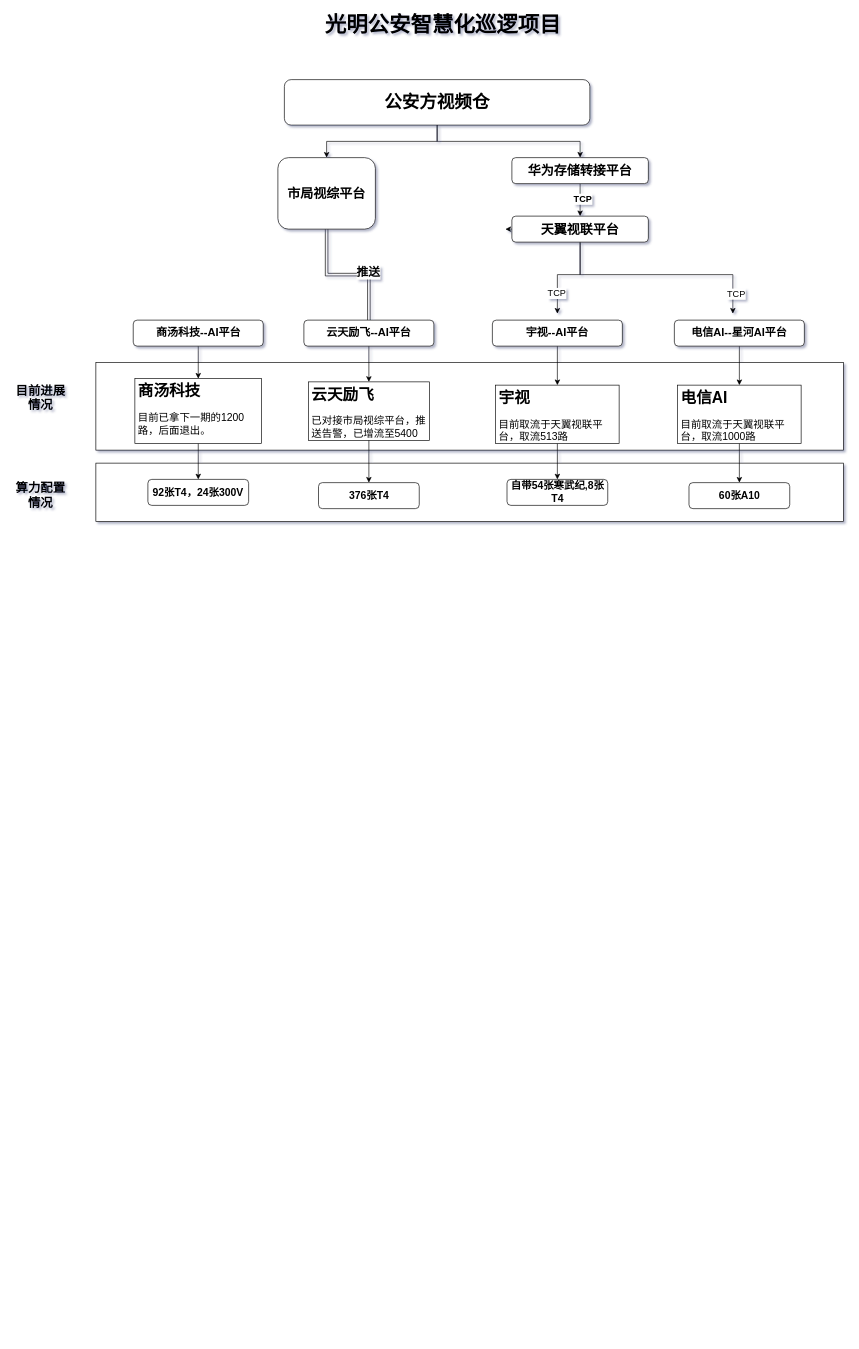
Earlier version of the draw.io diagram 智慧化巡逻.drawio (zhzhaoze/IFT420-Cloud-diagram). Source tidied: cells renumbered, new cells numbered last; positions are measured from the earlier drawing's top-left corner, leaving out a move shared by most shapes. Both pictures are drawn from the tidied source at 65%, with x=0, y=0 at pixel (11, 14).
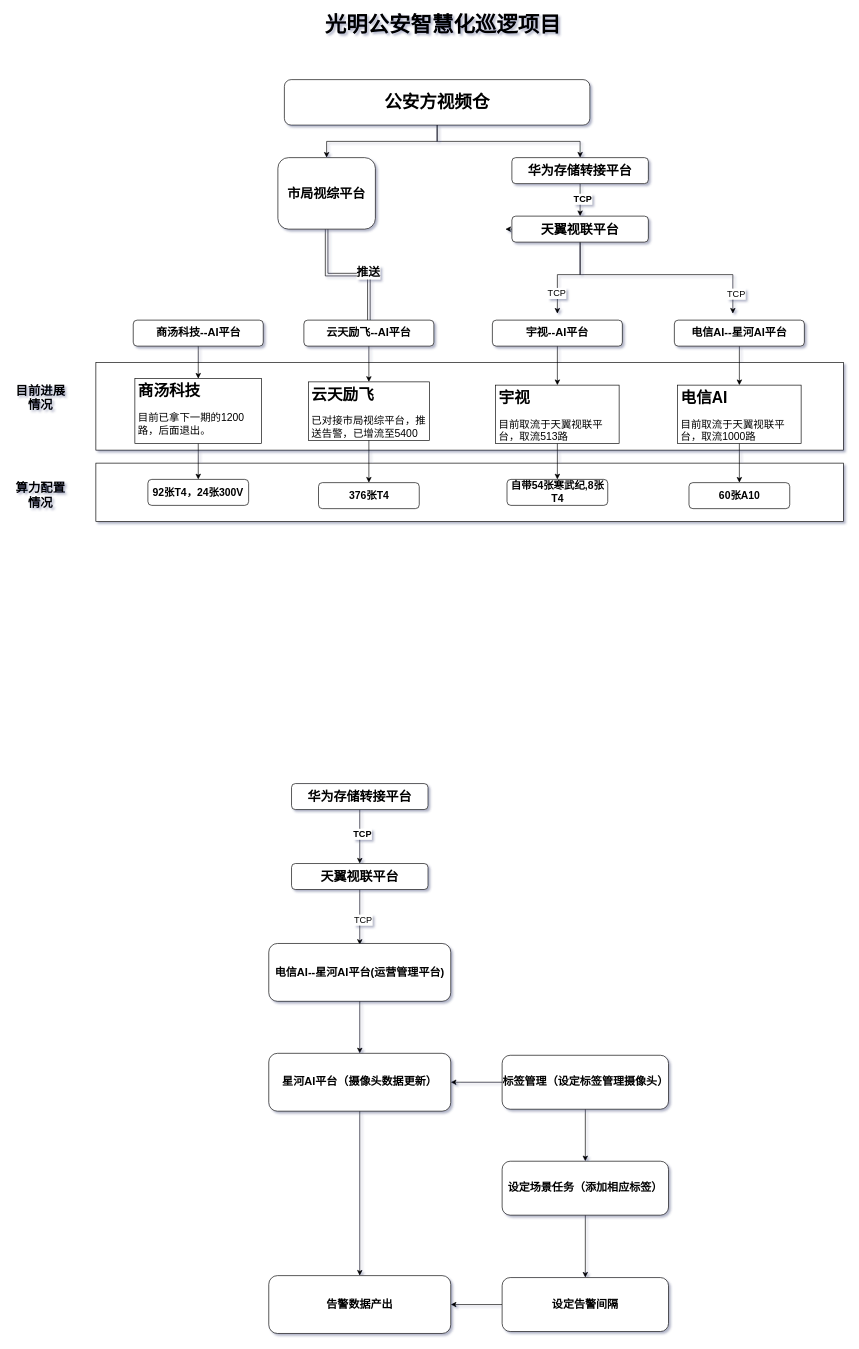
After the change.

Commit message:
智慧化巡逻.drawio

The edit, as a diff of the source:
```diff
@@
+    <mxCell id="42" style="edgeStyle=orthogonalEdgeStyle;rounded=0;jettySize=auto;html=1;" parent="1" edge="1" source="44" target="47">
+      <mxGeometry relative="1" as="geometry" />
+    </mxCell>
+    <mxCell id="43" value="&lt;b&gt;&lt;font style=&quot;font-size: 14px;&quot;&gt;TCP&lt;/font&gt;&lt;/b&gt;" style="edgeLabel;html=1;align=center;verticalAlign=middle;" parent="42" vertex="1">
+      <mxGeometry x="-0.1" y="3" relative="1" as="geometry" />
+    </mxCell>
+    <mxCell id="44" value="&lt;b&gt;&lt;font style=&quot;font-size: 20px;&quot;&gt;华为存储转接平台&lt;/font&gt;&lt;/b&gt;" style="rounded=1;whiteSpace=wrap;html=1;" parent="1" vertex="1">
+      <mxGeometry x="431" y="1183" width="210" height="40" as="geometry" />
+    </mxCell>
+    <mxCell id="45" style="edgeStyle=orthogonalEdgeStyle;rounded=0;jettySize=auto;html=1;" parent="1" edge="1" source="47">
+      <mxGeometry relative="1" as="geometry">
+        <mxPoint x="536" y="1431" as="targetPoint" />
+        <Array as="points">
+          <mxPoint x="536" y="1423" />
+        </Array>
+      </mxGeometry>
+    </mxCell>
+    <mxCell id="46" value="&lt;font style=&quot;font-size: 14px;&quot;&gt;TCP&lt;/font&gt;" style="edgeLabel;html=1;align=center;verticalAlign=middle;" parent="45" vertex="1">
+      <mxGeometry x="0.82" y="4" relative="1" as="geometry">
+        <mxPoint y="-31" as="offset" />
+      </mxGeometry>
+    </mxCell>
+    <mxCell id="47" value="&lt;b&gt;&lt;font style=&quot;font-size: 20px;&quot;&gt;天翼视联平台&lt;/font&gt;&lt;/b&gt;" style="rounded=1;whiteSpace=wrap;html=1;" parent="1" vertex="1">
+      <mxGeometry x="431" y="1306" width="210" height="40" as="geometry" />
+    </mxCell>
+    <mxCell id="48" style="edgeStyle=orthogonalEdgeStyle;rounded=0;jettySize=auto;html=1;" parent="1" edge="1" source="49" target="51">
+      <mxGeometry relative="1" as="geometry" />
+    </mxCell>
+    <mxCell id="49" value="&lt;b&gt;&lt;font style=&quot;font-size: 17px;&quot;&gt;电信AI--星河AI平台(运营管理平台)&lt;/font&gt;&lt;/b&gt;" style="rounded=1;whiteSpace=wrap;html=1;" parent="1" vertex="1">
+      <mxGeometry x="396" y="1429" width="280" height="89" as="geometry" />
+    </mxCell>
+    <mxCell id="50" style="edgeStyle=orthogonalEdgeStyle;rounded=0;jettySize=auto;html=1;" parent="1" edge="1" source="51" target="59">
+      <mxGeometry relative="1" as="geometry" />
+    </mxCell>
+    <mxCell id="51" value="&lt;span style=&quot;font-size: 17px;&quot;&gt;&lt;b&gt;星河AI平台（摄像头数据更新）&lt;/b&gt;&lt;/span&gt;" style="rounded=1;whiteSpace=wrap;html=1;" parent="1" vertex="1">
+      <mxGeometry x="396" y="1598" width="280" height="89" as="geometry" />
+    </mxCell>
+    <mxCell id="52" style="edgeStyle=orthogonalEdgeStyle;rounded=0;jettySize=auto;html=1;" parent="1" edge="1" source="54" target="51">
+      <mxGeometry relative="1" as="geometry" />
+    </mxCell>
+    <mxCell id="53" style="edgeStyle=orthogonalEdgeStyle;rounded=0;jettySize=auto;html=1;" parent="1" edge="1" source="54" target="56">
+      <mxGeometry relative="1" as="geometry" />
+    </mxCell>
+    <mxCell id="54" value="&lt;span style=&quot;font-size: 17px;&quot;&gt;&lt;b&gt;标签管理（设定标签管理摄像头）&lt;/b&gt;&lt;/span&gt;" style="rounded=1;whiteSpace=wrap;html=1;" parent="1" vertex="1">
+      <mxGeometry x="755" y="1601" width="256" height="83" as="geometry" />
+    </mxCell>
+    <mxCell id="55" style="edgeStyle=orthogonalEdgeStyle;rounded=0;jettySize=auto;html=1;" parent="1" edge="1" source="56" target="58">
+      <mxGeometry relative="1" as="geometry" />
+    </mxCell>
+    <mxCell id="56" value="&lt;span style=&quot;font-size: 17px;&quot;&gt;&lt;b&gt;设定场景任务（添加相应标签）&lt;/b&gt;&lt;/span&gt;" style="rounded=1;whiteSpace=wrap;html=1;" parent="1" vertex="1">
+      <mxGeometry x="755" y="1764" width="256" height="83" as="geometry" />
+    </mxCell>
+    <mxCell id="57" style="edgeStyle=orthogonalEdgeStyle;rounded=0;jettySize=auto;html=1;" parent="1" edge="1" source="58" target="59">
+      <mxGeometry relative="1" as="geometry" />
+    </mxCell>
+    <mxCell id="58" value="&lt;span style=&quot;font-size: 17px;&quot;&gt;&lt;b&gt;设定告警间隔&lt;/b&gt;&lt;/span&gt;" style="rounded=1;whiteSpace=wrap;html=1;" parent="1" vertex="1">
+      <mxGeometry x="755" y="1943" width="256" height="83" as="geometry" />
+    </mxCell>
+    <mxCell id="59" value="&lt;span style=&quot;font-size: 17px;&quot;&gt;&lt;b&gt;告警数据产出&lt;/b&gt;&lt;/span&gt;" style="rounded=1;whiteSpace=wrap;html=1;" parent="1" vertex="1">
+      <mxGeometry x="396" y="1940" width="280" height="89" as="geometry" />
+    </mxCell>
```
